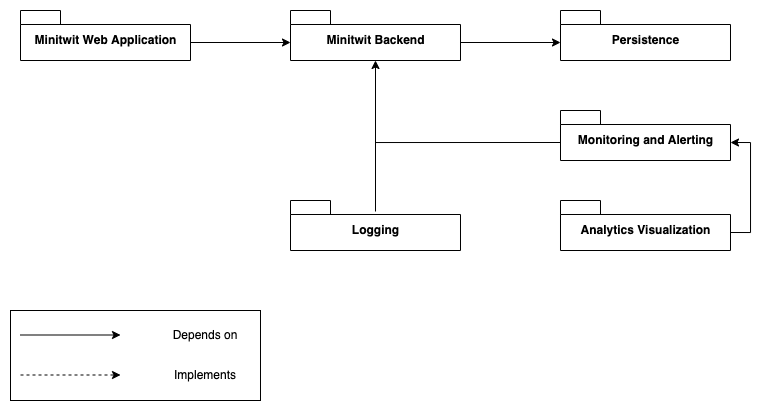
The draw.io diagram docs/architecturalViews/minitwit_module_view_high_level.png in JesperRusbjerg/Minitwit_BE, before a commit. Source tidied: cells renumbered, new cells last; positions are measured from the earlier drawing's top-left corner, leaving out a move shared by most shapes.
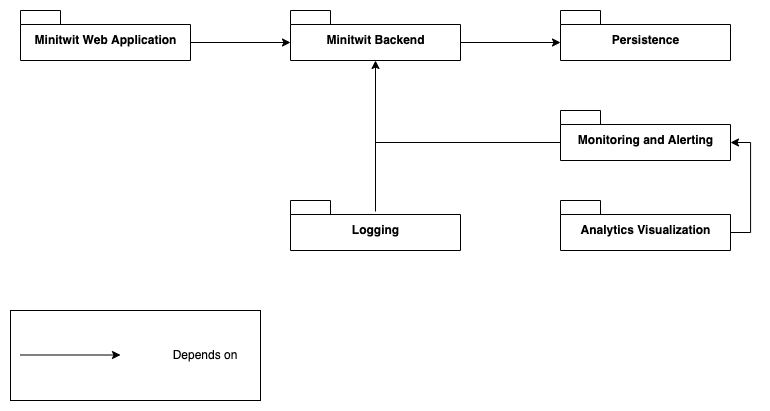
The same file after the commit.

The edit, as a diff of the source:
```diff
@@ -39,32 +39,20 @@
     <mxCell id="12" style="rounded=0;whiteSpace=wrap;html=1;" parent="11" vertex="1">
       <mxGeometry width="250" height="90" as="geometry" />
     </mxCell>
-    <mxCell id="13" style="edgeStyle=orthogonalEdgeStyle;rounded=0;orthogonalLoop=1;jettySize=auto;html=1;exitX=0;exitY=0;exitDx=170;exitDy=32;exitPerimeter=0;entryX=0;entryY=0;entryDx=0;entryDy=32;entryPerimeter=0;" parent="11" edge="1">
-      <mxGeometry relative="1" as="geometry">
-        <mxPoint x="10" y="24.5" as="sourcePoint" />
-        <mxPoint x="110" y="24.5" as="targetPoint" />
-      </mxGeometry>
-    </mxCell>
+    <mxCell id="20" style="edgeStyle=orthogonalEdgeStyle;rounded=0;orthogonalLoop=1;jettySize=auto;html=1;exitX=0;exitY=0;exitDx=170;exitDy=32;exitPerimeter=0;entryX=0;entryY=0;entryDx=0;entryDy=32;entryPerimeter=0;" parent="11" edge="1">
+      <mxGeometry relative="1" as="geometry">
+        <mxPoint x="10" y="44.5" as="sourcePoint" />
+        <mxPoint x="110" y="44.5" as="targetPoint" />
+      </mxGeometry>
+    </mxCell>
     <mxCell id="14" value="Depends on" style="text;html=1;strokeColor=none;fillColor=none;align=center;verticalAlign=middle;whiteSpace=wrap;rounded=0;" parent="11" vertex="1">
-      <mxGeometry x="150" y="10" width="90" height="30" as="geometry" />
+      <mxGeometry x="150" y="30" width="90" height="30" as="geometry" />
     </mxCell>
-    <mxCell id="15" style="group;" parent="11" vertex="1">
-      <mxGeometry x="10" y="50" width="230" height="30" as="geometry" />
-    </mxCell>
-    <mxCell id="16" style="edgeStyle=orthogonalEdgeStyle;rounded=0;orthogonalLoop=1;jettySize=auto;html=1;exitX=0;exitY=0;exitDx=170;exitDy=32;exitPerimeter=0;entryX=0;entryY=0;entryDx=0;entryDy=32;entryPerimeter=0;strokeColor=default;dashed=1;" parent="15" edge="1">
-      <mxGeometry relative="1" as="geometry">
-        <mxPoint y="14.5" as="sourcePoint" />
-        <mxPoint x="100" y="14.5" as="targetPoint" />
-      </mxGeometry>
-    </mxCell>
-    <mxCell id="17" value="Implements" style="text;html=1;strokeColor=none;fillColor=none;align=center;verticalAlign=middle;whiteSpace=wrap;rounded=0;" parent="15" vertex="1">
-      <mxGeometry x="140" width="90" height="30" as="geometry" />
-    </mxCell>
-    <mxCell id="18" style="edgeStyle=orthogonalEdgeStyle;rounded=0;jettySize=auto;html=1;endArrow=none;endFill=0;strokeColor=default;exitX=0.5;exitY=0.22;exitDx=0;exitDy=0;exitPerimeter=0;" parent="1" edge="1" source="19">
-      <mxGeometry relative="1" as="geometry">
-        <mxPoint x="365" y="130" as="targetPoint" />
-      </mxGeometry>
-    </mxCell>
+    <mxCell id="21" style="edgeStyle=orthogonalEdgeStyle;rounded=0;jettySize=auto;html=1;endArrow=none;endFill=0;strokeColor=default;exitX=0.5;exitY=0.22;exitDx=0;exitDy=0;exitPerimeter=0;" parent="1" edge="1" source="19">
+      <mxGeometry relative="1" as="geometry">
+        <mxPoint x="365" y="130" as="targetPoint" />
+      </mxGeometry>
+    </mxCell>
     <mxCell id="19" value="Logging" style="shape=folder;fontStyle=1;spacingTop=10;tabWidth=40;tabHeight=14;tabPosition=left;html=1;" parent="1" vertex="1">
       <mxGeometry x="280" y="190" width="170" height="50" as="geometry" />
     </mxCell>
```
